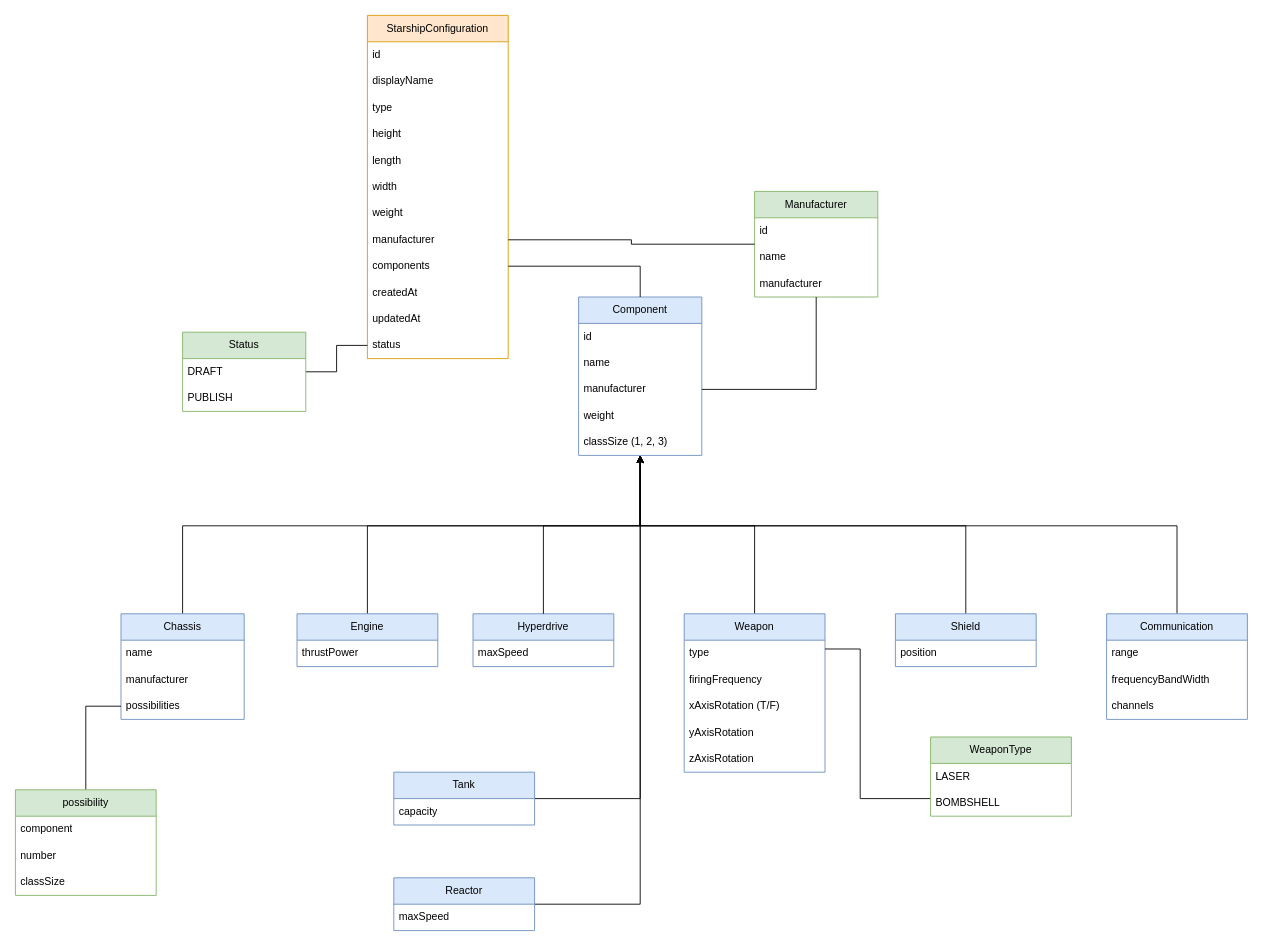
Earlier version of the draw.io diagram page "Business Object Modélisation" (2 of 2) of doc/starshipConfigurer.drawio (skrollu/starship-configurer). Source tidied: cells renumbered, new cells numbered last; positions are measured from the earlier drawing's top-left corner, leaving out a move shared by most shapes. Both pictures are drawn from the tidied source at 88%, with x=0, y=0 at pixel (15, 15).
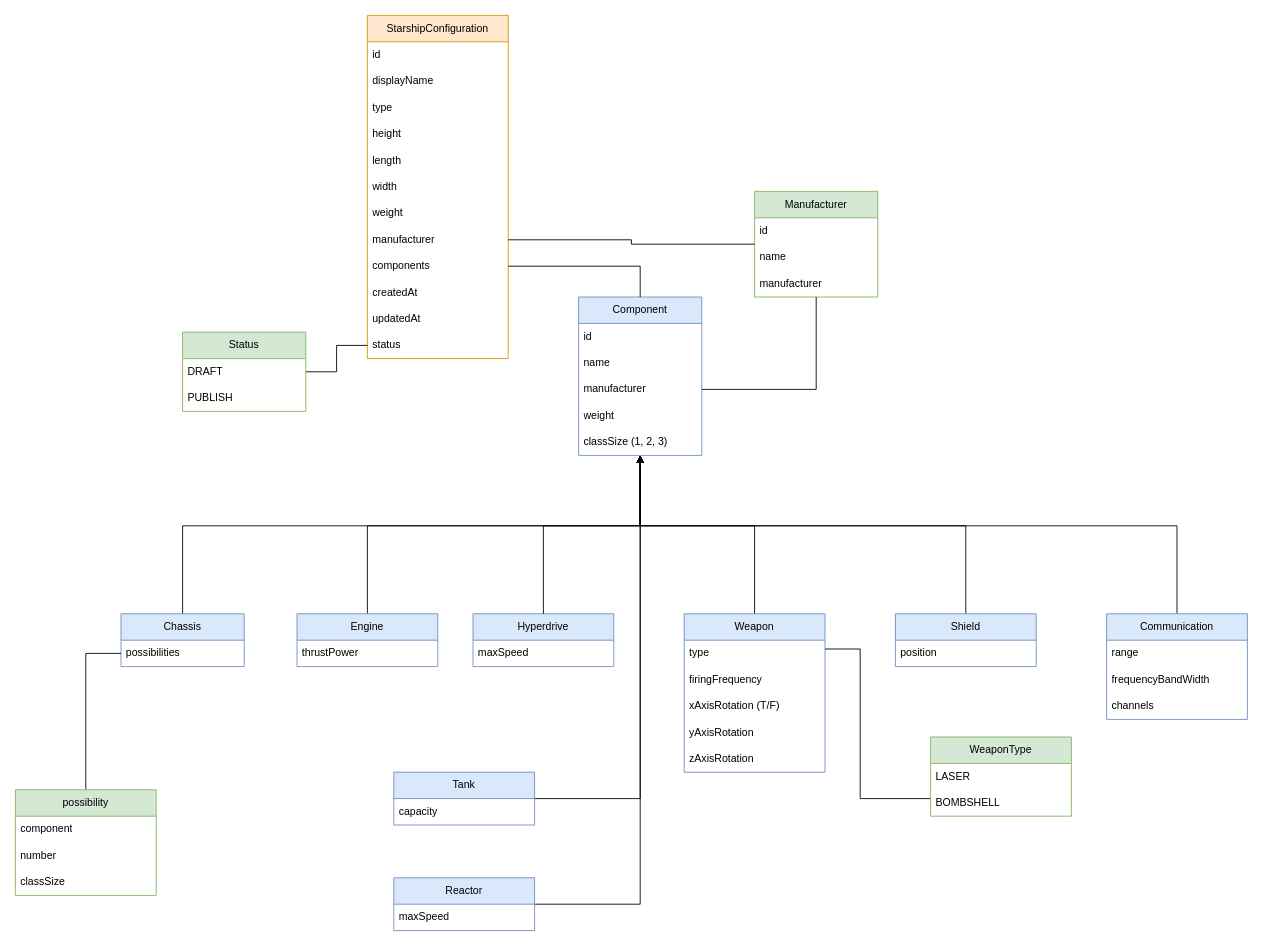
The same page after the edit.

What changed in the source:
```diff
@@
     <mxCell id="48" value="Chassis" style="swimlane;fontStyle=0;horizontal=1;startSize=30;whiteSpace=wrap;html=1;fillColor=#dae8fc;strokeColor=#6c8ebf;" parent="1" vertex="1">
-      <mxGeometry x="120" y="680" width="140" height="120" as="geometry" />
+      <mxGeometry x="120" y="680" width="140" height="60" as="geometry" />
     </mxCell>
-    <mxCell id="49" value="name" style="text;strokeColor=none;fillColor=none;align=left;verticalAlign=middle;spacingLeft=4;spacingRight=4;overflow=hidden;whiteSpace=wrap;html=1;" parent="48" vertex="1">
-      <mxGeometry y="30" width="140" height="30" as="geometry" />
-    </mxCell>
-    <mxCell id="50" value="manufacturer" style="text;strokeColor=none;fillColor=none;align=left;verticalAlign=middle;spacingLeft=4;spacingRight=4;overflow=hidden;whiteSpace=wrap;html=1;" parent="48" vertex="1">
-      <mxGeometry y="60" width="140" height="30" as="geometry" />
-    </mxCell>
     <mxCell id="51" value="possibilities" style="text;strokeColor=none;fillColor=none;align=left;verticalAlign=middle;spacingLeft=4;spacingRight=4;overflow=hidden;points=[[0,0.5],[1,0.5]];portConstraint=eastwest;whiteSpace=wrap;html=1;" parent="48" vertex="1">
-      <mxGeometry y="90" width="140" height="30" as="geometry" />
+      <mxGeometry y="30" width="140" height="30" as="geometry" />
     </mxCell>
```
